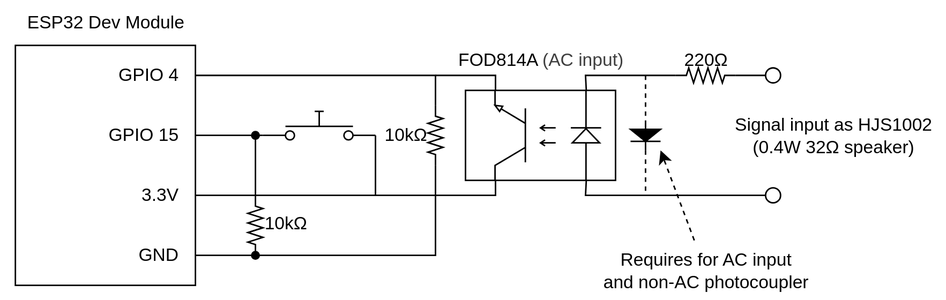
Before: images/schematic.drawio.svg, a diagram exported from draw.io (aKuad/intercom-net-notifier). Source tidied: cells renumbered, new cells last; positions are measured from the earlier drawing's top-left corner, leaving out a move shared by most shapes.
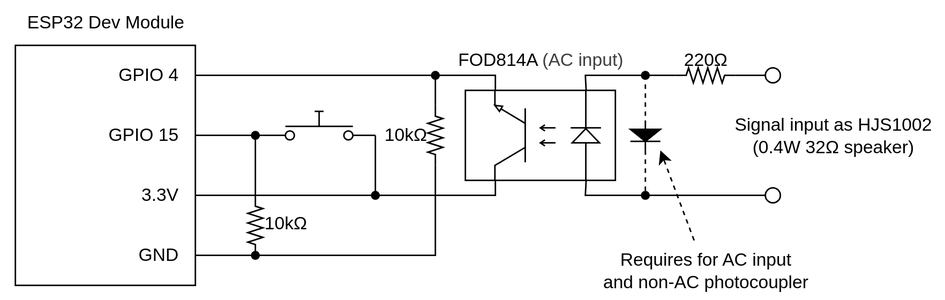
The same diagram one commit later.

Commit message:
Some junctions are missing at schematic

Diff of the diagram source:
```diff
@@ -146,5 +146,17 @@
     <mxCell id="37" style="edgeStyle=none;html=1;entryX=1;entryY=0;entryDx=0;entryDy=0;entryPerimeter=0;dashed=1;" parent="1" edge="1" source="36" target="5">
       <mxGeometry relative="1" as="geometry" />
     </mxCell>
+    <mxCell id="38" style="shape=waypoint;sketch=0;size=6;fillColor=none;perimeter=centerPerimeter;" parent="1" vertex="1">
+      <mxGeometry x="240" y="120" width="20" height="20" as="geometry" />
+    </mxCell>
+    <mxCell id="39" style="shape=waypoint;sketch=0;size=6;fillColor=none;perimeter=centerPerimeter;" parent="1" vertex="1">
+      <mxGeometry x="280" y="40" width="20" height="20" as="geometry" />
+    </mxCell>
+    <mxCell id="40" style="shape=waypoint;sketch=0;size=6;fillColor=none;perimeter=centerPerimeter;" parent="1" vertex="1">
+      <mxGeometry x="420" y="120" width="20" height="20" as="geometry" />
+    </mxCell>
+    <mxCell id="41" style="shape=waypoint;sketch=0;size=6;fillColor=none;perimeter=centerPerimeter;" parent="1" vertex="1">
+      <mxGeometry x="420" y="40" width="20" height="20" as="geometry" />
+    </mxCell>
   </root>
 </mxGraphModel>
```
